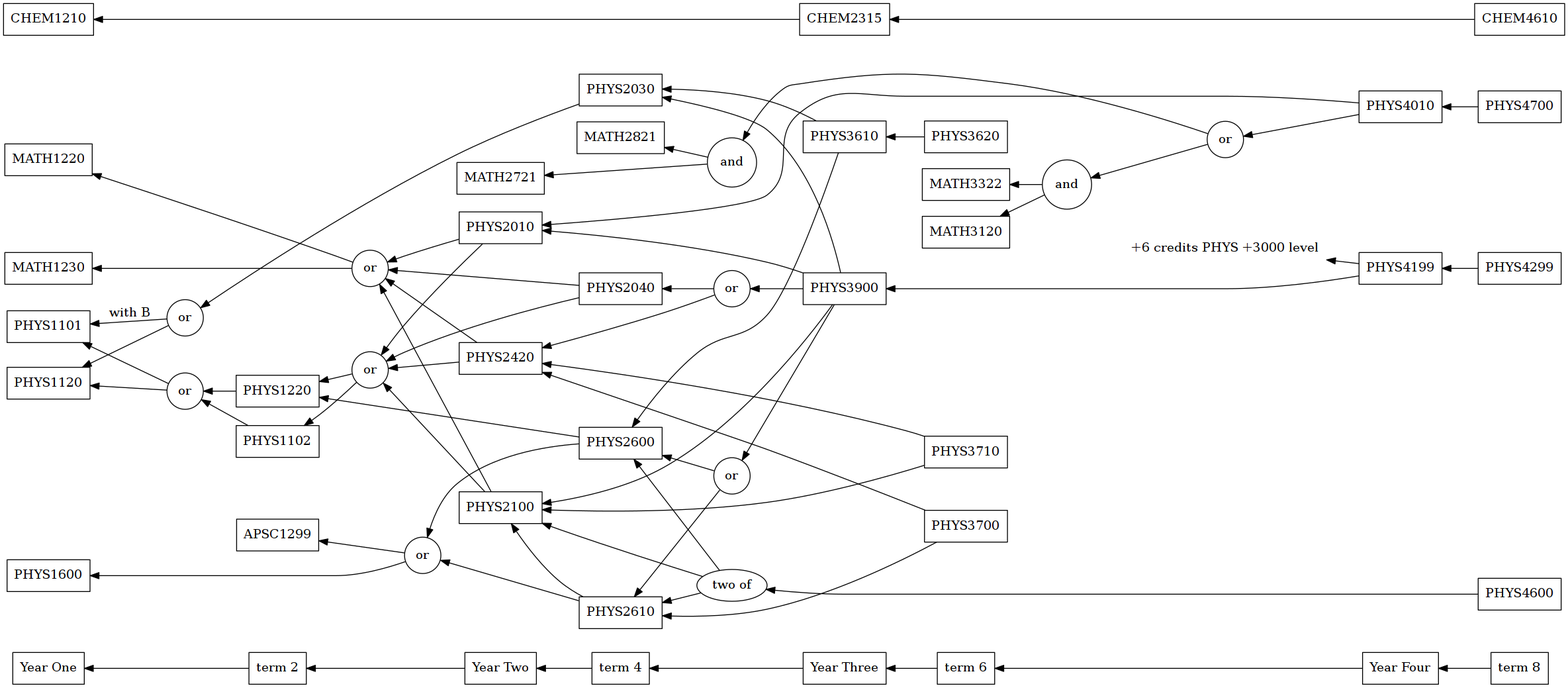
Before: pmt.png, a diagram exported from Graphviz (danpeirce/course-chart). Its source is kept beside it as pmt.gv. The source it was exported from:
```dot
digraph PMT {
	rankdir=LR;
    overlap=false;
	node[shape=rect ];

    yearone [label="Year One"];
    y1t2 [label="term 2"];
    yeartwo [label="Year Two"];
    y2t2 [label="term 4"];
    yearthree [label="Year Three"];
    y3t2 [label="term 6"];
    yearfour [label="Year Four"];
    y4t2 [label="term 8"];
    PHYS4700;
    PHYS4600;
    PHYS4299;
    PHYS4199;
    PHYS4010;
    ch4600 [label="two of", shape=oval ];

    CHEM4610;
    CHEM2315;
    CHEM1210;

    PHYS3900;
    ch3900 [label="+6 credits PHYS +3000 level", shape=none ];
    or1c3900 [label="or", shape=circle ];
    or2c3900 [label="or", shape=circle ];
    PHYS3610;
    PHYS3620;

    PHYS2010;
    PHYS2030;
    ch2030 [label="or", shape=circle];
    PHYS2040;
    PHYS2420;
    PHYS2100;
    ch2100 [ label="or", shape=circle];
    PHYS2600;
    PHYS2610;
    PHYS3710;
    PHYS3700;

    PHYS1220;
    PHYS1120;
    PHYS1101;
    PHYS1102;
    ch1220 [label="or", shape=circle];
    PHYS1600;
    APSC1299;
    ch1299 [label="or", shape=circle];

    MATH1220;
    MATH1230;
    MATH2721;
    MATH2821;
    MATH3120;
    MATH3322;
    ch4010 [label="or", shape=circle];
    both4010 [label="and", shape=circle];
    oboth4010 [label="and", shape=circle];
    chm2100 [label="or", shape=circle];

    yearone  -> y1t2 -> yeartwo -> y2t2 ->  yearthree -> y3t2  -> yearfour -> y4t2 [dir=back];
    PHYS2010 -> PHYS4010 -> PHYS4700  [dir=back];
    CHEM1210 -> CHEM2315 -> CHEM4610 [dir=back];
    ch4010 -> PHYS4010 [dir=back];
    both4010 -> ch4010 [dir=back];
    MATH2721 -> both4010 [dir=back];
    MATH2821 -> both4010 [dir=back];
    MATH3120 -> oboth4010 [dir=back];
    MATH3322 -> oboth4010 [dir=back];
    oboth4010 -> ch4010 [dir=back];
    ch4600 -> PHYS4600 [dir=back];
    PHYS2100 -> ch4600 [dir=back];
    PHYS2100 -> PHYS3900 [dir=back];
    PHYS2600 -> PHYS3610 [dir=back];
    PHYS2030 -> PHYS3610 [dir=back];
    PHYS3610 -> PHYS3620 [dir=back];
    chm2100 -> PHYS2100 [dir=back];
    chm2100 -> PHYS2040 [dir=back];
    MATH1220 -> chm2100 [dir=back];
    MATH1230 -> chm2100 [dir=back];
    ch2100 -> PHYS2100 [dir=back];
    ch2100 -> PHYS2040 [dir=back];
    PHYS1102 -> ch2100 [dir=back];
    PHYS1220 -> ch2100 [dir=back];
    PHYS2600 -> ch4600 [dir=back];
    PHYS1220 -> PHYS2600 [dir=back];
    PHYS1101 -> ch1220 [dir=back];
    PHYS1120 -> ch1220 [dir=back];
    ch1220 -> PHYS1102 [dir=back];
    ch1220 -> PHYS1220 [dir=back];
    PHYS1600 -> ch1299 [dir=back];
    APSC1299 -> ch1299 [dir=back];
    ch1299 -> PHYS2600 [dir=back];
    ch1299 -> PHYS2610 [dir=back];
    PHYS2100 -> PHYS2610 [dir=back];
    PHYS2610 -> ch4600 [dir=back];
    PHYS4199 -> PHYS4299 [dir=back];
    PHYS3900 -> PHYS4199 [dir=back];
    ch3900 -> PHYS4199 [dir=back];
    or1c3900 -> PHYS3900 [dir=back];
    or2c3900 -> PHYS3900 [dir=back];
    PHYS2010 -> PHYS3900 [dir=back];
    PHYS2030 -> PHYS3900 [dir=back];
    ch2030 -> PHYS2030 [dir=back];
    PHYS1120 -> ch2030 [dir=back];
    PHYS1101 -> ch2030 [label="with B", dir=back];

    PHYS2040 -> or2c3900 [dir=back];
    PHYS2420 -> or2c3900 [dir=back];
    ch2100 -> PHYS2420 [dir=back];
    chm2100 -> PHYS2420 [dir=back];
    ch2100 -> PHYS2010 [dir=back];
    chm2100 -> PHYS2010 [dir=back];
    PHYS2600 -> or1c3900 [dir=back];
    PHYS2610 -> or1c3900 [dir=back];
    PHYS2100 -> PHYS3710 [dir=back];
    PHYS2420 -> PHYS3700 [dir=back];
    PHYS2610 -> PHYS3700 [dir=back];
    PHYS2420 -> PHYS3710 [dir=back];
    { rank=same; yearfour, PHYS4010, PHYS4199 };
    { rank=same; yeartwo, PHYS2010, PHYS2420, MATH2721 };
    { rank=same; y2t2, PHYS2030, PHYS2040, MATH2821 };
    { rank=same; y4t2, PHYS4600, PHYS4299, CHEM4610 };
    { rank=same; yearthree, PHYS3900, PHYS3610,  CHEM2315 };
    { rank=same; y3t2, PHYS3710, PHYS3700, PHYS3620, MATH3120, MATH3322 };
    { rank=same; yeartwo, PHYS2100};
    { rank=same; y2t2, PHYS2600};
    { rank=same; y2t2, PHYS2610};
    { rank=same; yearone, PHYS1600, PHYS1101, PHYS1120, MATH1220, MATH1230};
    { rank=same; yearone, CHEM1210};
    { rank=same; y1t2, PHYS1220, APSC1299, PHYS1102 };

}
```
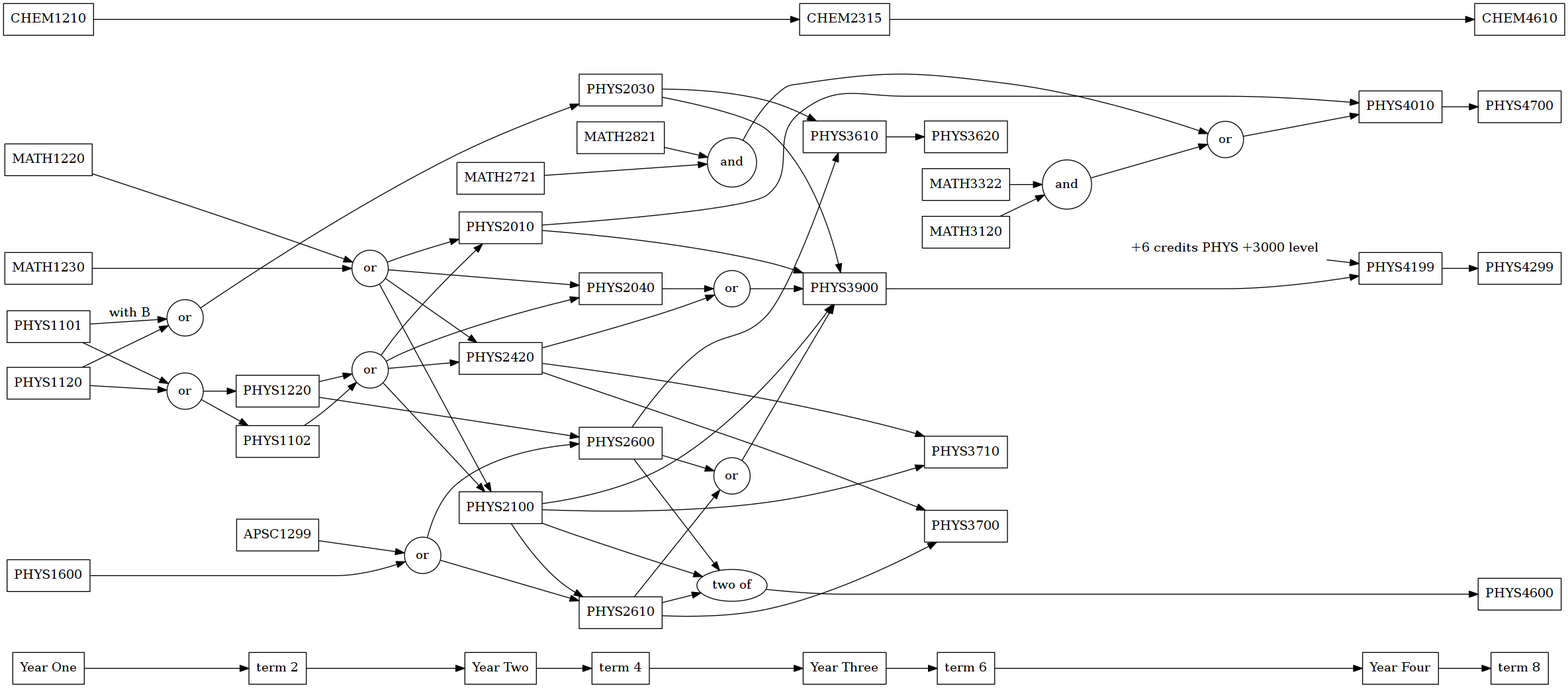
After the change.

The edit, as a diff of the source:
```diff
@@ -61,65 +61,65 @@
     oboth4010 [label="and", shape=circle];
     chm2100 [label="or", shape=circle];
 
-    yearone  -> y1t2 -> yeartwo -> y2t2 ->  yearthree -> y3t2  -> yearfour -> y4t2 [dir=back];
-    PHYS2010 -> PHYS4010 -> PHYS4700  [dir=back];
-    CHEM1210 -> CHEM2315 -> CHEM4610 [dir=back];
-    ch4010 -> PHYS4010 [dir=back];
-    both4010 -> ch4010 [dir=back];
-    MATH2721 -> both4010 [dir=back];
-    MATH2821 -> both4010 [dir=back];
-    MATH3120 -> oboth4010 [dir=back];
-    MATH3322 -> oboth4010 [dir=back];
-    oboth4010 -> ch4010 [dir=back];
-    ch4600 -> PHYS4600 [dir=back];
-    PHYS2100 -> ch4600 [dir=back];
-    PHYS2100 -> PHYS3900 [dir=back];
-    PHYS2600 -> PHYS3610 [dir=back];
-    PHYS2030 -> PHYS3610 [dir=back];
-    PHYS3610 -> PHYS3620 [dir=back];
-    chm2100 -> PHYS2100 [dir=back];
-    chm2100 -> PHYS2040 [dir=back];
-    MATH1220 -> chm2100 [dir=back];
-    MATH1230 -> chm2100 [dir=back];
-    ch2100 -> PHYS2100 [dir=back];
-    ch2100 -> PHYS2040 [dir=back];
-    PHYS1102 -> ch2100 [dir=back];
-    PHYS1220 -> ch2100 [dir=back];
-    PHYS2600 -> ch4600 [dir=back];
-    PHYS1220 -> PHYS2600 [dir=back];
-    PHYS1101 -> ch1220 [dir=back];
-    PHYS1120 -> ch1220 [dir=back];
-    ch1220 -> PHYS1102 [dir=back];
-    ch1220 -> PHYS1220 [dir=back];
-    PHYS1600 -> ch1299 [dir=back];
-    APSC1299 -> ch1299 [dir=back];
-    ch1299 -> PHYS2600 [dir=back];
-    ch1299 -> PHYS2610 [dir=back];
-    PHYS2100 -> PHYS2610 [dir=back];
-    PHYS2610 -> ch4600 [dir=back];
-    PHYS4199 -> PHYS4299 [dir=back];
-    PHYS3900 -> PHYS4199 [dir=back];
-    ch3900 -> PHYS4199 [dir=back];
-    or1c3900 -> PHYS3900 [dir=back];
-    or2c3900 -> PHYS3900 [dir=back];
-    PHYS2010 -> PHYS3900 [dir=back];
-    PHYS2030 -> PHYS3900 [dir=back];
-    ch2030 -> PHYS2030 [dir=back];
-    PHYS1120 -> ch2030 [dir=back];
-    PHYS1101 -> ch2030 [label="with B", dir=back];
+    yearone  -> y1t2 -> yeartwo -> y2t2 ->  yearthree -> y3t2  -> yearfour -> y4t2 ; //[dir=back]
+    PHYS2010 -> PHYS4010 -> PHYS4700  ; //[dir=back]
+    CHEM1210 -> CHEM2315 -> CHEM4610 ; //[dir=back]
+    ch4010 -> PHYS4010 ; //[dir=back]
+    both4010 -> ch4010 ; //[dir=back]
+    MATH2721 -> both4010 ; //[dir=back]
+    MATH2821 -> both4010 ; //[dir=back]
+    MATH3120 -> oboth4010 ; //[dir=back]
+    MATH3322 -> oboth4010 ; //[dir=back]
+    oboth4010 -> ch4010 ; //[dir=back]
+    ch4600 -> PHYS4600 ; //[dir=back]
+    PHYS2100 -> ch4600 ; //[dir=back]
+    PHYS2100 -> PHYS3900 ; //[dir=back]
+    PHYS2600 -> PHYS3610 ; //[dir=back]
+    PHYS2030 -> PHYS3610 ; //[dir=back]
+    PHYS3610 -> PHYS3620 ; //[dir=back]
+    chm2100 -> PHYS2100 ; //[dir=back]
+    chm2100 -> PHYS2040 ; //[dir=back]
+    MATH1220 -> chm2100 ; //[dir=back]
+    MATH1230 -> chm2100 ; //[dir=back]
+    ch2100 -> PHYS2100 ; //[dir=back]
+    ch2100 -> PHYS2040 ; //[dir=back]
+    PHYS1102 -> ch2100 ; //[dir=back]
+    PHYS1220 -> ch2100 ; //[dir=back]
+    PHYS2600 -> ch4600 ; //[dir=back]
+    PHYS1220 -> PHYS2600 ; //[dir=back]
+    PHYS1101 -> ch1220 ; //[dir=back]
+    PHYS1120 -> ch1220 ; //[dir=back]
+    ch1220 -> PHYS1102 ; //[dir=back]
+    ch1220 -> PHYS1220 ; //[dir=back]
+    PHYS1600 -> ch1299 ; //[dir=back]
+    APSC1299 -> ch1299 ; //[dir=back]
+    ch1299 -> PHYS2600 ; //[dir=back]
+    ch1299 -> PHYS2610 ; //[dir=back]
+    PHYS2100 -> PHYS2610 ; //[dir=back]
+    PHYS2610 -> ch4600 ; //[dir=back]
+    PHYS4199 -> PHYS4299 ; //[dir=back]
+    PHYS3900 -> PHYS4199 ; //[dir=back]
+    ch3900 -> PHYS4199 ; //[dir=back]
+    or1c3900 -> PHYS3900 ; //[dir=back]
+    or2c3900 -> PHYS3900 ; //[dir=back]
+    PHYS2010 -> PHYS3900 ; //[dir=back]
+    PHYS2030 -> PHYS3900 ; //[dir=back]
+    ch2030 -> PHYS2030 ; //[dir=back]
+    PHYS1120 -> ch2030 ; //[dir=back]
+    PHYS1101 -> ch2030 [label="with B"]; // dir=back]
 
-    PHYS2040 -> or2c3900 [dir=back];
-    PHYS2420 -> or2c3900 [dir=back];
-    ch2100 -> PHYS2420 [dir=back];
-    chm2100 -> PHYS2420 [dir=back];
-    ch2100 -> PHYS2010 [dir=back];
-    chm2100 -> PHYS2010 [dir=back];
-    PHYS2600 -> or1c3900 [dir=back];
-    PHYS2610 -> or1c3900 [dir=back];
-    PHYS2100 -> PHYS3710 [dir=back];
-    PHYS2420 -> PHYS3700 [dir=back];
-    PHYS2610 -> PHYS3700 [dir=back];
-    PHYS2420 -> PHYS3710 [dir=back];
+    PHYS2040 -> or2c3900 ; //[dir=back]
+    PHYS2420 -> or2c3900 ; //[dir=back]
+    ch2100 -> PHYS2420 ; //[dir=back]
+    chm2100 -> PHYS2420 ; //[dir=back]
+    ch2100 -> PHYS2010 ; //[dir=back]
+    chm2100 -> PHYS2010 ; //[dir=back]
+    PHYS2600 -> or1c3900 ; //[dir=back]
+    PHYS2610 -> or1c3900 ; //[dir=back]
+    PHYS2100 -> PHYS3710 ; //[dir=back]
+    PHYS2420 -> PHYS3700 ; //[dir=back]
+    PHYS2610 -> PHYS3700 ; //[dir=back]
+    PHYS2420 -> PHYS3710 ; //[dir=back]
     { rank=same; yearfour, PHYS4010, PHYS4199 };
     { rank=same; yeartwo, PHYS2010, PHYS2420, MATH2721 };
     { rank=same; y2t2, PHYS2030, PHYS2040, MATH2821 };
```
